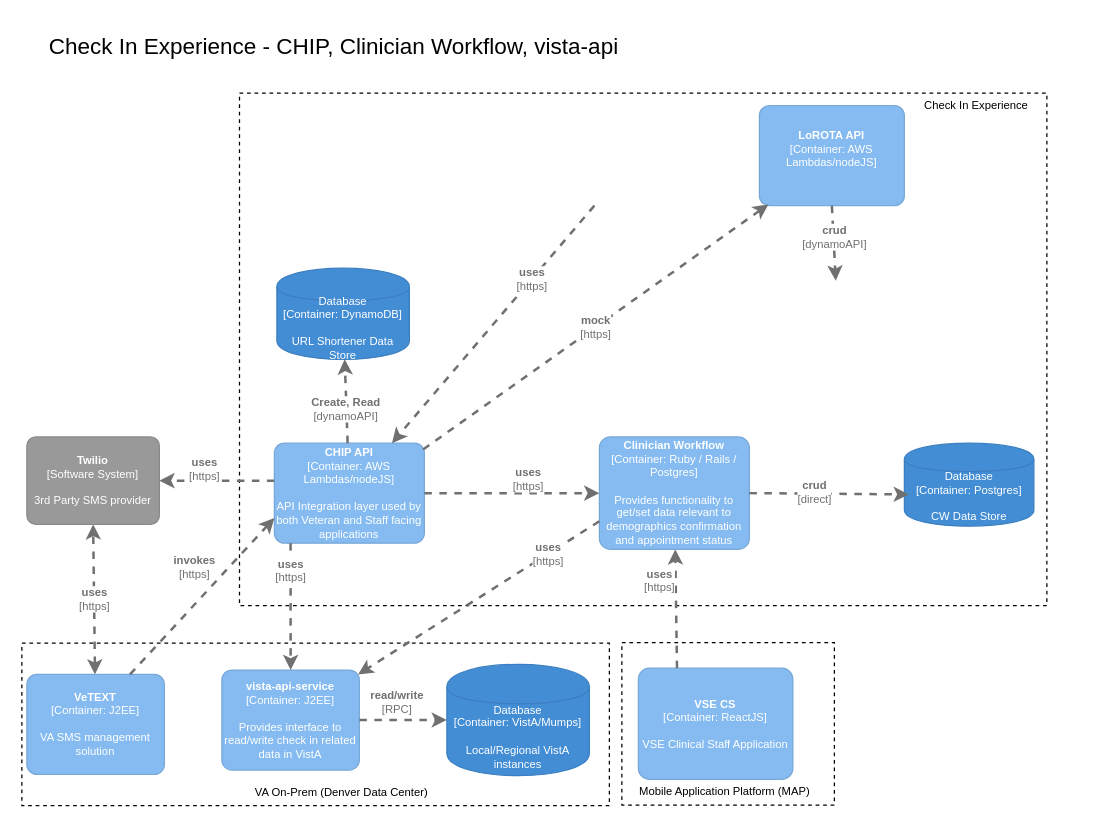
Above: page "container-diagram" (1 of 2) of products/health-care/checkin/engineering/performance-testing/subsystems/subsystem_chip_cw_vista-api.drawio in department-of-veterans-affairs/va.gov-team (draw.io), before the change. Source tidied: cells renumbered, new cells numbered last; positions are measured from the earlier drawing's top-left corner, leaving out a move shared by most shapes. Both pictures are drawn from the tidied source at 125%, with x=0, y=0 at pixel (21, 21).
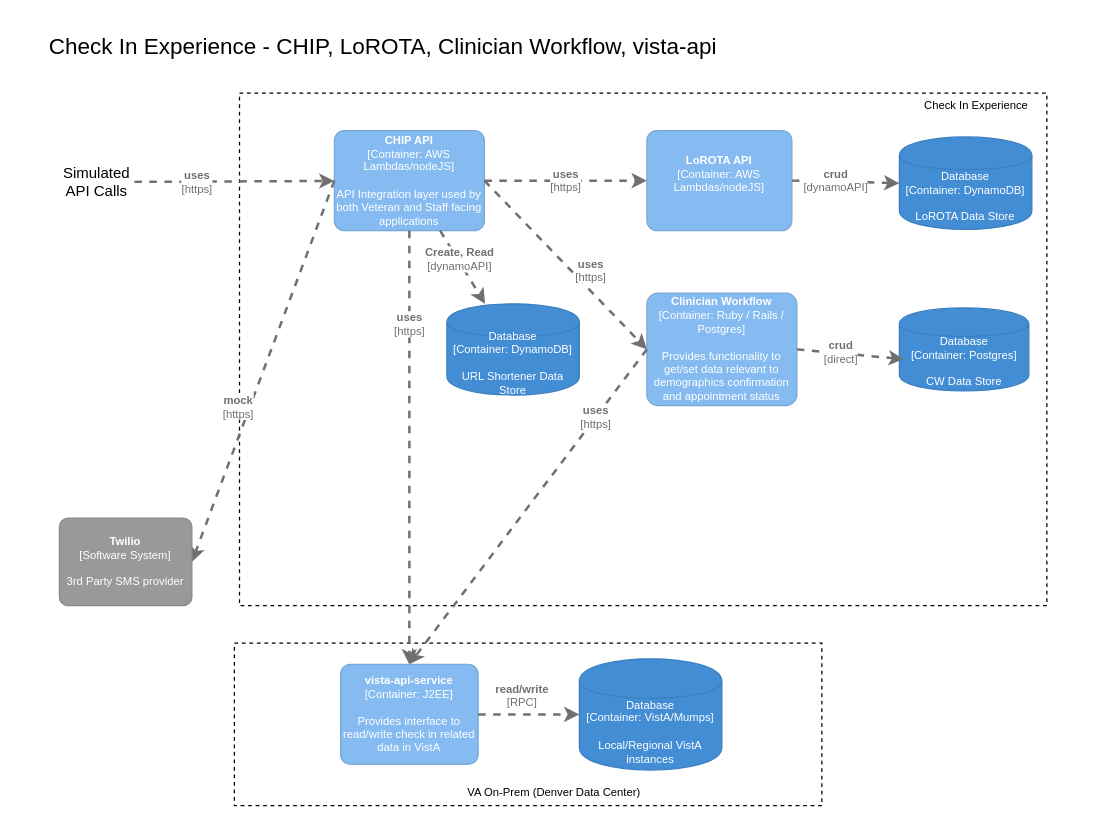
The same page after the edit.

Commit message (it also covers changes not shown here):
39621 add more info to check-in experience perf testing approach

Diff of the diagram source:
```diff
@@
     <mxCell id="3" style="rounded=0;whiteSpace=wrap;html=1;dashed=1;fontSize=9;" parent="1" vertex="1">
-      <mxGeometry y="497" width="470" height="130" as="geometry" />
+      <mxGeometry x="170" y="497" width="470" height="130" as="geometry" />
     </mxCell>
-    <mxCell id="4" value="&lt;font style=&quot;font-size: 18px&quot;&gt;Check In Experience - CHIP, Clinician Workflow, vista-api&lt;/font&gt;" style="text;html=1;strokeColor=none;fillColor=none;align=left;verticalAlign=middle;whiteSpace=wrap;rounded=0;dashed=1;" parent="1" vertex="1">
+    <mxCell id="4" value="&lt;font style=&quot;font-size: 18px&quot;&gt;Check In Experience - CHIP, LoROTA, Clinician Workflow, vista-api&lt;/font&gt;" style="text;html=1;strokeColor=none;fillColor=none;align=left;verticalAlign=middle;whiteSpace=wrap;rounded=0;dashed=1;" parent="1" vertex="1">
       <mxGeometry x="20" width="540" height="40" as="geometry" />
     </mxCell>
@@
     <object id="6" label="&lt;b style=&quot;font-size: 9px;&quot;&gt;%c4Name%&lt;/b&gt;&lt;div style=&quot;font-size: 9px;&quot;&gt;[%c4Type%: %c4Technology%]&lt;/div&gt;&lt;br style=&quot;font-size: 9px;&quot;&gt;&lt;div style=&quot;font-size: 9px;&quot;&gt;%c4Description%&lt;/div&gt;" c4Description="API Integration layer used by both Veteran and Staff facing applications" c4Name="CHIP API" c4Technology="AWS Lambdas/nodeJS" c4Type="Container" placeholders="1">
       <mxCell style="rounded=1;whiteSpace=wrap;html=1;labelBackgroundColor=none;fillColor=#85BBF0;fontColor=#ffffff;align=center;arcSize=10;strokeColor=#78A8D8;metaData={&quot;c4Type&quot;:{&quot;editable&quot;:false}};points=[[0.25,0,0],[0.5,0,0],[0.75,0,0],[1,0.25,0],[1,0.5,0],[1,0.75,0],[0.75,1,0],[0.5,1,0],[0.25,1,0],[0,0.75,0],[0,0.5,0],[0,0.25,0]];fontSize=9;" parent="1" vertex="1">
-        <mxGeometry x="202" y="337" width="120" height="80" as="geometry" />
+        <mxGeometry x="250" y="87" width="120" height="80" as="geometry" />
       </mxCell>
     </object>
     <object id="7" label="&lt;b style=&quot;font-size: 9px;&quot;&gt;%c4Name%&lt;/b&gt;&lt;div style=&quot;font-size: 9px;&quot;&gt;[%c4Type%: %c4Technology%]&lt;/div&gt;&lt;br style=&quot;font-size: 9px;&quot;&gt;&lt;div style=&quot;font-size: 9px;&quot;&gt;%c4Description%&lt;/div&gt;" c4Description="" c4Name="LoROTA API" c4Technology="AWS Lambdas/nodeJS" c4Type="Container" placeholders="1">
       <mxCell style="rounded=1;whiteSpace=wrap;html=1;labelBackgroundColor=none;fillColor=#85BBF0;fontColor=#ffffff;align=center;arcSize=10;strokeColor=#78A8D8;metaData={&quot;c4Type&quot;:{&quot;editable&quot;:false}};points=[[0.25,0,0],[0.5,0,0],[0.75,0,0],[1,0.25,0],[1,0.5,0],[1,0.75,0],[0.75,1,0],[0.5,1,0],[0.25,1,0],[0,0.75,0],[0,0.5,0],[0,0.25,0]];fontSize=9;" parent="1" vertex="1">
-        <mxGeometry x="590" y="67" width="116" height="80" as="geometry" />
+        <mxGeometry x="500" y="87" width="116" height="80" as="geometry" />
       </mxCell>
     </object>
-    <object id="8" label="&lt;div style=&quot;text-align: left; font-size: 9px;&quot;&gt;&lt;div style=&quot;text-align: center; font-size: 9px;&quot;&gt;&lt;b style=&quot;font-size: 9px;&quot;&gt;%c4Description%&lt;/b&gt;&lt;/div&gt;&lt;div style=&quot;text-align: center; font-size: 9px;&quot;&gt;[%c4Technology%]&lt;/div&gt;&lt;/div&gt;" c4Description="mock" c4Technology="https" placeholders="1">
-      <mxCell style="edgeStyle=none;rounded=0;html=1;jettySize=auto;strokeColor=#707070;strokeWidth=2;fontColor=#707070;jumpStyle=none;dashed=1;metaData={&quot;c4Type&quot;:{&quot;editable&quot;:false}};exitX=0.992;exitY=0.063;exitDx=0;exitDy=0;exitPerimeter=0;fontSize=9;entryX=0.062;entryY=0.988;entryDx=0;entryDy=0;entryPerimeter=0;" parent="1" edge="1" source="6" target="7">
+    <object id="8" label="&lt;div style=&quot;text-align: left; font-size: 9px;&quot;&gt;&lt;div style=&quot;text-align: center; font-size: 9px;&quot;&gt;&lt;b style=&quot;font-size: 9px;&quot;&gt;%c4Description%&lt;/b&gt;&lt;/div&gt;&lt;div style=&quot;text-align: center; font-size: 9px;&quot;&gt;[%c4Technology%]&lt;/div&gt;&lt;/div&gt;" c4Description="uses" c4Technology="https" placeholders="1">
+      <mxCell style="edgeStyle=none;rounded=0;html=1;jettySize=auto;strokeColor=#707070;strokeWidth=2;fontColor=#707070;jumpStyle=none;dashed=1;metaData={&quot;c4Type&quot;:{&quot;editable&quot;:false}};exitX=1;exitY=0.5;exitDx=0;exitDy=0;exitPerimeter=0;fontSize=9;entryX=0;entryY=0.5;entryDx=0;entryDy=0;entryPerimeter=0;" parent="1" edge="1" source="6" target="7">
         <mxGeometry relative="1" as="geometry" />
       </mxCell>
     </object>
     <object id="9" label="&lt;div style=&quot;text-align: left; font-size: 9px;&quot;&gt;&lt;div style=&quot;text-align: center; font-size: 9px;&quot;&gt;&lt;b style=&quot;font-size: 9px;&quot;&gt;%c4Description%&lt;/b&gt;&lt;/div&gt;&lt;div style=&quot;text-align: center; font-size: 9px;&quot;&gt;[%c4Technology%]&lt;/div&gt;&lt;/div&gt;" c4Description="crud" c4Technology="dynamoAPI" placeholders="1">
-      <mxCell style="edgeStyle=none;rounded=0;html=1;jettySize=auto;strokeColor=#707070;strokeWidth=2;fontColor=#707070;jumpStyle=none;dashed=1;metaData={&quot;c4Type&quot;:{&quot;editable&quot;:false}};exitX=0.5;exitY=1;exitDx=0;exitDy=0;exitPerimeter=0;fontSize=9;" parent="1" edge="1" source="7">
-        <mxGeometry x="-0.18" y="1" relative="1" as="geometry">
-          <mxPoint x="651.1" y="207" as="targetPoint" />
-        </mxGeometry>
+      <mxCell style="edgeStyle=none;rounded=0;html=1;jettySize=auto;strokeColor=#707070;strokeWidth=2;fontColor=#707070;jumpStyle=none;dashed=1;metaData={&quot;c4Type&quot;:{&quot;editable&quot;:false}};exitX=1;exitY=0.5;exitDx=0;exitDy=0;exitPerimeter=0;fontSize=9;entryX=0;entryY=0.5;entryDx=0;entryDy=0;entryPerimeter=0;" parent="1" edge="1" source="7" target="32">
+        <mxGeometry x="-0.18" y="1" relative="1" as="geometry" />
       </mxCell>
     </object>
     <mxCell id="10" value="VA On-Prem (Denver Data Center)" style="text;html=1;strokeColor=none;fillColor=none;align=center;verticalAlign=middle;whiteSpace=wrap;rounded=0;dashed=1;fontSize=9;" parent="1" vertex="1">
-      <mxGeometry x="166" y="607" width="180" height="20" as="geometry" />
+      <mxGeometry x="336" y="607" width="180" height="20" as="geometry" />
     </mxCell>
-    <object id="11" label="&lt;b style=&quot;font-size: 9px;&quot;&gt;%c4Name%&lt;/b&gt;&lt;div style=&quot;font-size: 9px;&quot;&gt;[%c4Type%: %c4Technology%]&lt;/div&gt;&lt;br style=&quot;font-size: 9px;&quot;&gt;&lt;div style=&quot;font-size: 9px;&quot;&gt;%c4Description%&lt;/div&gt;" c4Description="VA SMS management solution" c4Name="VeTEXT" c4Technology="J2EE" c4Type="Container" placeholders="1">
-      <mxCell style="rounded=1;whiteSpace=wrap;html=1;labelBackgroundColor=none;fillColor=#85BBF0;fontColor=#ffffff;align=center;arcSize=10;strokeColor=#78A8D8;metaData={&quot;c4Type&quot;:{&quot;editable&quot;:false}};points=[[0.25,0,0],[0.5,0,0],[0.75,0,0],[1,0.25,0],[1,0.5,0],[1,0.75,0],[0.75,1,0],[0.5,1,0],[0.25,1,0],[0,0.75,0],[0,0.5,0],[0,0.25,0]];fontSize=9;" parent="1" vertex="1">
-        <mxGeometry x="4" y="522" width="110" height="80" as="geometry" />
-      </mxCell>
-    </object>
-    <object id="12" label="&lt;div style=&quot;text-align: left; font-size: 9px;&quot;&gt;&lt;div style=&quot;text-align: center; font-size: 9px;&quot;&gt;&lt;b style=&quot;font-size: 9px;&quot;&gt;%c4Description%&lt;/b&gt;&lt;/div&gt;&lt;div style=&quot;text-align: center; font-size: 9px;&quot;&gt;[%c4Technology%]&lt;/div&gt;&lt;/div&gt;" c4Description="uses" c4Technology="https" placeholders="1">
-      <mxCell style="edgeStyle=none;rounded=0;html=1;jettySize=auto;strokeColor=#707070;strokeWidth=2;fontColor=#707070;jumpStyle=none;dashed=1;metaData={&quot;c4Type&quot;:{&quot;editable&quot;:false}};exitX=0;exitY=0.375;exitDx=0;exitDy=0;exitPerimeter=0;fontSize=9;entryX=1;entryY=0.5;entryDx=0;entryDy=0;entryPerimeter=0;" parent="1" edge="1" source="6" target="15">
+    <object id="12" label="&lt;div style=&quot;text-align: left; font-size: 9px;&quot;&gt;&lt;div style=&quot;text-align: center; font-size: 9px;&quot;&gt;&lt;b style=&quot;font-size: 9px;&quot;&gt;%c4Description%&lt;/b&gt;&lt;/div&gt;&lt;div style=&quot;text-align: center; font-size: 9px;&quot;&gt;[%c4Technology%]&lt;/div&gt;&lt;/div&gt;" c4Description="mock" c4Technology="https" placeholders="1">
+      <mxCell style="edgeStyle=none;rounded=0;html=1;jettySize=auto;strokeColor=#707070;strokeWidth=2;fontColor=#707070;jumpStyle=none;dashed=1;metaData={&quot;c4Type&quot;:{&quot;editable&quot;:false}};exitX=0;exitY=0.5;exitDx=0;exitDy=0;exitPerimeter=0;fontSize=9;entryX=1;entryY=0.5;entryDx=0;entryDy=0;entryPerimeter=0;" parent="1" edge="1" source="6" target="15">
         <mxGeometry x="0.21" y="-9" relative="1" as="geometry" />
       </mxCell>
     </object>
     <object id="13" label="&lt;b style=&quot;font-size: 9px;&quot;&gt;%c4Name%&lt;/b&gt;&lt;div style=&quot;font-size: 9px;&quot;&gt;[%c4Type%: %c4Technology%]&lt;/div&gt;&lt;br style=&quot;font-size: 9px;&quot;&gt;&lt;div style=&quot;font-size: 9px;&quot;&gt;%c4Description%&lt;/div&gt;" c4Description="Provides interface to read/write check in related data in VistA" c4Name="vista-api-service" c4Technology="J2EE" c4Type="Container" placeholders="1">
       <mxCell style="rounded=1;whiteSpace=wrap;html=1;labelBackgroundColor=none;fillColor=#85BBF0;fontColor=#ffffff;align=center;arcSize=10;strokeColor=#78A8D8;metaData={&quot;c4Type&quot;:{&quot;editable&quot;:false}};points=[[0.25,0,0],[0.5,0,0],[0.75,0,0],[1,0.25,0],[1,0.5,0],[1,0.75,0],[0.75,1,0],[0.5,1,0],[0.25,1,0],[0,0.75,0],[0,0.5,0],[0,0.25,0]];fontSize=9;" parent="1" vertex="1">
-        <mxGeometry x="160" y="518.5" width="110" height="80" as="geometry" />
+        <mxGeometry x="255" y="514" width="110" height="80" as="geometry" />
       </mxCell>
     </object>
     <object id="14" label="&lt;div style=&quot;text-align: left; font-size: 9px;&quot;&gt;&lt;div style=&quot;text-align: center; font-size: 9px;&quot;&gt;&lt;b style=&quot;font-size: 9px;&quot;&gt;%c4Description%&lt;/b&gt;&lt;/div&gt;&lt;div style=&quot;text-align: center; font-size: 9px;&quot;&gt;[%c4Technology%]&lt;/div&gt;&lt;/div&gt;" c4Description="uses" c4Technology="https" placeholders="1">
-      <mxCell style="edgeStyle=none;rounded=0;html=1;jettySize=auto;strokeColor=#707070;strokeWidth=2;fontColor=#707070;jumpStyle=none;dashed=1;metaData={&quot;c4Type&quot;:{&quot;editable&quot;:false}};exitX=0.108;exitY=1;exitDx=0;exitDy=0;exitPerimeter=0;entryX=0.5;entryY=0;entryDx=0;entryDy=0;entryPerimeter=0;fontSize=9;" parent="1" edge="1" source="6" target="13">
+      <mxCell style="edgeStyle=none;rounded=0;html=1;jettySize=auto;strokeColor=#707070;strokeWidth=2;fontColor=#707070;jumpStyle=none;dashed=1;metaData={&quot;c4Type&quot;:{&quot;editable&quot;:false}};exitX=0.5;exitY=1;exitDx=0;exitDy=0;exitPerimeter=0;entryX=0.5;entryY=0;entryDx=0;entryDy=0;entryPerimeter=0;fontSize=9;" parent="1" edge="1" source="6" target="13">
         <mxGeometry x="-0.57" relative="1" as="geometry" />
       </mxCell>
     </object>
     <object id="15" label="&lt;b style=&quot;font-size: 9px;&quot;&gt;%c4Name%&lt;/b&gt;&lt;div style=&quot;font-size: 9px;&quot;&gt;[%c4Type%]&lt;/div&gt;&lt;br style=&quot;font-size: 9px;&quot;&gt;&lt;div style=&quot;font-size: 9px;&quot;&gt;%c4Description%&lt;/div&gt;" c4Description="3rd Party SMS provider" c4Name="Twilio" c4Type="Software System" placeholders="1">
       <mxCell style="rounded=1;whiteSpace=wrap;html=1;labelBackgroundColor=none;fillColor=#999999;fontColor=#ffffff;align=center;arcSize=10;strokeColor=#8A8A8A;metaData={&quot;c4Type&quot;:{&quot;editable&quot;:false}};points=[[0.25,0,0],[0.5,0,0],[0.75,0,0],[1,0.25,0],[1,0.5,0],[1,0.75,0],[0.75,1,0],[0.5,1,0],[0.25,1,0],[0,0.75,0],[0,0.5,0],[0,0.25,0]];fontSize=9;" parent="1" vertex="1">
-        <mxGeometry x="4" y="332" width="106" height="70" as="geometry" />
+        <mxGeometry x="30" y="397" width="106" height="70" as="geometry" />
       </mxCell>
     </object>
-    <object id="16" label="&lt;div style=&quot;text-align: left; font-size: 9px;&quot;&gt;&lt;div style=&quot;text-align: center; font-size: 9px;&quot;&gt;&lt;b style=&quot;font-size: 9px;&quot;&gt;%c4Description%&lt;/b&gt;&lt;/div&gt;&lt;div style=&quot;text-align: center; font-size: 9px;&quot;&gt;[%c4Technology%]&lt;/div&gt;&lt;/div&gt;" c4Description="uses" c4Technology="https" placeholders="1">
-      <mxCell style="edgeStyle=none;rounded=0;html=1;entryX=0.5;entryY=1;jettySize=auto;strokeColor=#707070;strokeWidth=2;fontColor=#707070;jumpStyle=none;dashed=1;metaData={&quot;c4Type&quot;:{&quot;editable&quot;:false}};entryDx=0;entryDy=0;entryPerimeter=0;fontSize=9;startArrow=classic;startFill=1;" parent="1" edge="1" source="11" target="15">
-        <mxGeometry relative="1" as="geometry" />
-      </mxCell>
-    </object>
-    <object id="17" label="&lt;div style=&quot;text-align: left; font-size: 9px;&quot;&gt;&lt;div style=&quot;text-align: center; font-size: 9px;&quot;&gt;&lt;b style=&quot;font-size: 9px;&quot;&gt;%c4Description%&lt;/b&gt;&lt;/div&gt;&lt;div style=&quot;text-align: center; font-size: 9px;&quot;&gt;[%c4Technology%]&lt;/div&gt;&lt;/div&gt;" c4Description="invokes" c4Technology="https" placeholders="1">
-      <mxCell style="edgeStyle=none;rounded=0;html=1;jettySize=auto;strokeColor=#707070;strokeWidth=2;fontColor=#707070;jumpStyle=none;dashed=1;metaData={&quot;c4Type&quot;:{&quot;editable&quot;:false}};exitX=0.75;exitY=0;exitDx=0;exitDy=0;exitPerimeter=0;entryX=0;entryY=0.75;entryDx=0;entryDy=0;entryPerimeter=0;fontSize=9;" parent="1" edge="1" source="11" target="6">
-        <mxGeometry x="0.15" y="20" relative="1" as="geometry" />
-      </mxCell>
-    </object>
     <object id="18" label="%c4Type%&lt;div style=&quot;font-size: 9px;&quot;&gt;[Container:&amp;nbsp;%c4Technology%]&lt;/div&gt;&lt;br style=&quot;font-size: 9px;&quot;&gt;&lt;div style=&quot;font-size: 9px;&quot;&gt;%c4Description%&lt;/div&gt;" c4Description="Local/Regional VistA instances" c4Technology="VistA/Mumps" c4Type="Database" placeholders="1">
       <mxCell style="shape=cylinder;whiteSpace=wrap;html=1;boundedLbl=1;rounded=0;labelBackgroundColor=none;fillColor=#438DD5;fontSize=9;fontColor=#ffffff;align=center;strokeColor=#3C7FC0;points=[[0.5,0,0],[1,0.25,0],[1,0.5,0],[1,0.75,0],[0.5,1,0],[0,0.75,0],[0,0.5,0],[0,0.25,0]];metaData={&quot;c4Type&quot;:{&quot;editable&quot;:false}};" parent="1" vertex="1">
-        <mxGeometry x="340" y="514" width="114" height="89" as="geometry" />
+        <mxGeometry x="446" y="509.5" width="114" height="89" as="geometry" />
       </mxCell>
     </object>
@@
     <object id="20" label="&lt;div style=&quot;text-align: left; font-size: 9px;&quot;&gt;&lt;div style=&quot;text-align: center; font-size: 9px;&quot;&gt;&lt;b style=&quot;font-size: 9px;&quot;&gt;%c4Description%&lt;/b&gt;&lt;/div&gt;&lt;div style=&quot;text-align: center; font-size: 9px;&quot;&gt;[%c4Technology%]&lt;/div&gt;&lt;/div&gt;" c4Description="uses" c4Technology="https" placeholders="1">
-      <mxCell style="edgeStyle=none;rounded=0;html=1;jettySize=auto;strokeColor=#707070;strokeWidth=2;fontColor=#707070;jumpStyle=none;dashed=1;metaData={&quot;c4Type&quot;:{&quot;editable&quot;:false}};exitX=0.5;exitY=1;exitDx=0;exitDy=0;exitPerimeter=0;fontSize=9;" parent="1" edge="1" target="6">
-        <mxGeometry x="-0.38" relative="1" as="geometry">
-          <mxPoint x="458" y="147" as="sourcePoint" />
-        </mxGeometry>
+      <mxCell style="edgeStyle=none;rounded=0;html=1;jettySize=auto;strokeColor=#707070;strokeWidth=2;fontColor=#707070;jumpStyle=none;dashed=1;metaData={&quot;c4Type&quot;:{&quot;editable&quot;:false}};fontSize=9;exitX=1;exitY=0.5;exitDx=0;exitDy=0;" parent="1" edge="1" source="33" target="6">
+        <mxGeometry x="-0.38" relative="1" as="geometry" />
       </mxCell>
     </object>
     <object id="21" label="%c4Type%&lt;div style=&quot;font-size: 9px;&quot;&gt;[Container:&amp;nbsp;%c4Technology%]&lt;/div&gt;&lt;br style=&quot;font-size: 9px;&quot;&gt;&lt;div style=&quot;font-size: 9px;&quot;&gt;%c4Description%&lt;/div&gt;" c4Description="URL Shortener Data Store" c4Technology="DynamoDB" c4Type="Database" placeholders="1">
       <mxCell style="shape=cylinder;whiteSpace=wrap;html=1;boundedLbl=1;rounded=0;labelBackgroundColor=none;fillColor=#438DD5;fontSize=9;fontColor=#ffffff;align=center;strokeColor=#3C7FC0;points=[[0.5,0,0],[1,0.25,0],[1,0.5,0],[1,0.75,0],[0.5,1,0],[0,0.75,0],[0,0.5,0],[0,0.25,0]];metaData={&quot;c4Type&quot;:{&quot;editable&quot;:false}};" parent="1" vertex="1">
-        <mxGeometry x="204" y="197" width="106" height="73" as="geometry" />
+        <mxGeometry x="340" y="225.5" width="106" height="73" as="geometry" />
       </mxCell>
     </object>
@@
     <object id="23" label="&lt;b style=&quot;font-size: 9px;&quot;&gt;%c4Name%&lt;/b&gt;&lt;div style=&quot;font-size: 9px;&quot;&gt;[%c4Type%: %c4Technology%]&lt;/div&gt;&lt;br style=&quot;font-size: 9px;&quot;&gt;&lt;div style=&quot;font-size: 9px;&quot;&gt;%c4Description%&lt;/div&gt;" c4Description="Provides functionality to get/set data relevant to demographics confirmation and appointment status" c4Name="Clinician Workflow" c4Technology="Ruby / Rails / Postgres" c4Type="Container" placeholders="1">
       <mxCell style="rounded=1;whiteSpace=wrap;html=1;labelBackgroundColor=none;fillColor=#85BBF0;fontColor=#ffffff;align=center;arcSize=10;strokeColor=#78A8D8;metaData={&quot;c4Type&quot;:{&quot;editable&quot;:false}};points=[[0.25,0,0],[0.5,0,0],[0.75,0,0],[1,0.25,0],[1,0.5,0],[1,0.75,0],[0.75,1,0],[0.5,1,0],[0.25,1,0],[0,0.75,0],[0,0.5,0],[0,0.25,0]];fontSize=9;" parent="1" vertex="1">
-        <mxGeometry x="462" y="332" width="120" height="90" as="geometry" />
+        <mxGeometry x="500" y="217" width="120" height="90" as="geometry" />
       </mxCell>
     </object>
@@
     <object id="25" label="%c4Type%&lt;div style=&quot;font-size: 9px;&quot;&gt;[Container:&amp;nbsp;%c4Technology%]&lt;/div&gt;&lt;br style=&quot;font-size: 9px;&quot;&gt;&lt;div style=&quot;font-size: 9px;&quot;&gt;%c4Description%&lt;/div&gt;" c4Description="CW Data Store" c4Technology="Postgres" c4Type="Database" placeholders="1">
       <mxCell style="shape=cylinder;whiteSpace=wrap;html=1;boundedLbl=1;rounded=0;labelBackgroundColor=none;fillColor=#438DD5;fontSize=9;fontColor=#ffffff;align=center;strokeColor=#3C7FC0;points=[[0.5,0,0],[1,0.25,0],[1,0.5,0],[1,0.75,0],[0.5,1,0],[0,0.75,0],[0,0.5,0],[0,0.25,0]];metaData={&quot;c4Type&quot;:{&quot;editable&quot;:false}};" parent="1" vertex="1">
-        <mxGeometry x="706" y="337" width="103.6" height="66.5" as="geometry" />
+        <mxGeometry x="702" y="228.8" width="103.6" height="66.5" as="geometry" />
       </mxCell>
     </object>
@@
-    <mxCell id="27" style="rounded=0;whiteSpace=wrap;html=1;dashed=1;fontSize=9;" parent="1" vertex="1">
-      <mxGeometry x="480" y="496.5" width="170" height="130" as="geometry" />
-    </mxCell>
-    <object id="28" label="&lt;b style=&quot;font-size: 9px;&quot;&gt;%c4Name%&lt;/b&gt;&lt;div style=&quot;font-size: 9px;&quot;&gt;[%c4Type%: %c4Technology%]&lt;/div&gt;&lt;br style=&quot;font-size: 9px;&quot;&gt;&lt;div style=&quot;font-size: 9px;&quot;&gt;%c4Description%&lt;/div&gt;" c4Description="VSE Clinical Staff Application" c4Name="VSE CS" c4Technology="ReactJS" c4Type="Container" placeholders="1">
-      <mxCell style="rounded=1;whiteSpace=wrap;html=1;labelBackgroundColor=none;fillColor=#85BBF0;fontColor=#ffffff;align=center;arcSize=10;strokeColor=#78A8D8;metaData={&quot;c4Type&quot;:{&quot;editable&quot;:false}};points=[[0.25,0,0],[0.5,0,0],[0.75,0,0],[1,0.25,0],[1,0.5,0],[1,0.75,0],[0.75,1,0],[0.5,1,0],[0.25,1,0],[0,0.75,0],[0,0.5,0],[0,0.25,0]];fontSize=9;" parent="1" vertex="1">
-        <mxGeometry x="493.2" y="517" width="123.6" height="89" as="geometry" />
-      </mxCell>
-    </object>
-    <mxCell id="29" value="Mobile Application Platform (MAP)" style="text;html=1;strokeColor=none;fillColor=none;align=center;verticalAlign=middle;whiteSpace=wrap;rounded=0;dashed=1;fontSize=9;" parent="1" vertex="1">
-      <mxGeometry x="485" y="606" width="155" height="20" as="geometry" />
-    </mxCell>
-    <object id="30" label="&lt;div style=&quot;text-align: left; font-size: 9px;&quot;&gt;&lt;div style=&quot;text-align: center; font-size: 9px;&quot;&gt;&lt;b style=&quot;font-size: 9px;&quot;&gt;%c4Description%&lt;/b&gt;&lt;/div&gt;&lt;div style=&quot;text-align: center; font-size: 9px;&quot;&gt;[%c4Technology%]&lt;/div&gt;&lt;/div&gt;" c4Description="uses" c4Technology="https" placeholders="1">
-      <mxCell style="edgeStyle=none;rounded=0;html=1;jettySize=auto;strokeColor=#707070;strokeWidth=2;fontColor=#707070;jumpStyle=none;dashed=1;metaData={&quot;c4Type&quot;:{&quot;editable&quot;:false}};fontSize=9;exitX=0.25;exitY=0;exitDx=0;exitDy=0;exitPerimeter=0;" parent="1" edge="1" source="28" target="23">
-        <mxGeometry x="0.48" y="13" relative="1" as="geometry" />
-      </mxCell>
-    </object>
     <object id="31" label="&lt;div style=&quot;text-align: left; font-size: 9px;&quot;&gt;&lt;div style=&quot;text-align: center; font-size: 9px;&quot;&gt;&lt;b style=&quot;font-size: 9px;&quot;&gt;%c4Description%&lt;/b&gt;&lt;/div&gt;&lt;div style=&quot;text-align: center; font-size: 9px;&quot;&gt;[%c4Technology%]&lt;/div&gt;&lt;/div&gt;" c4Description="uses" c4Technology="https" placeholders="1">
-      <mxCell style="edgeStyle=none;rounded=0;html=1;jettySize=auto;strokeColor=#707070;strokeWidth=2;fontColor=#707070;jumpStyle=none;dashed=1;metaData={&quot;c4Type&quot;:{&quot;editable&quot;:false}};exitX=0;exitY=0.75;exitDx=0;exitDy=0;exitPerimeter=0;entryX=0.991;entryY=0.044;entryDx=0;entryDy=0;entryPerimeter=0;fontSize=9;" parent="1" edge="1" source="23" target="13">
+      <mxCell style="edgeStyle=none;rounded=0;html=1;jettySize=auto;strokeColor=#707070;strokeWidth=2;fontColor=#707070;jumpStyle=none;dashed=1;metaData={&quot;c4Type&quot;:{&quot;editable&quot;:false}};exitX=0;exitY=0.5;exitDx=0;exitDy=0;exitPerimeter=0;entryX=0.5;entryY=0;entryDx=0;entryDy=0;entryPerimeter=0;fontSize=9;" parent="1" edge="1" source="23" target="13">
         <mxGeometry x="-0.57" relative="1" as="geometry" />
       </mxCell>
     </object>
+    <object id="32" label="%c4Type%&lt;div style=&quot;font-size: 9px;&quot;&gt;[Container:&amp;nbsp;%c4Technology%]&lt;/div&gt;&lt;br style=&quot;font-size: 9px;&quot;&gt;&lt;div style=&quot;font-size: 9px;&quot;&gt;%c4Description%&lt;/div&gt;" c4Description="LoROTA Data Store" c4Technology="DynamoDB" c4Type="Database" placeholders="1">
+      <mxCell style="shape=cylinder;whiteSpace=wrap;html=1;boundedLbl=1;rounded=0;labelBackgroundColor=none;fillColor=#438DD5;fontSize=9;fontColor=#ffffff;align=center;strokeColor=#3C7FC0;points=[[0.5,0,0],[1,0.25,0],[1,0.5,0],[1,0.75,0],[0.5,1,0],[0,0.75,0],[0,0.5,0],[0,0.25,0]];metaData={&quot;c4Type&quot;:{&quot;editable&quot;:false}};" parent="1" vertex="1">
+        <mxGeometry x="702" y="92" width="106" height="74" as="geometry" />
+      </mxCell>
+    </object>
+    <mxCell id="33" value="Simulated API Calls" style="text;html=1;strokeColor=none;fillColor=none;align=center;verticalAlign=middle;whiteSpace=wrap;rounded=0;" parent="1" vertex="1">
+      <mxGeometry x="30" y="113" width="60" height="30" as="geometry" />
+    </mxCell>
```
